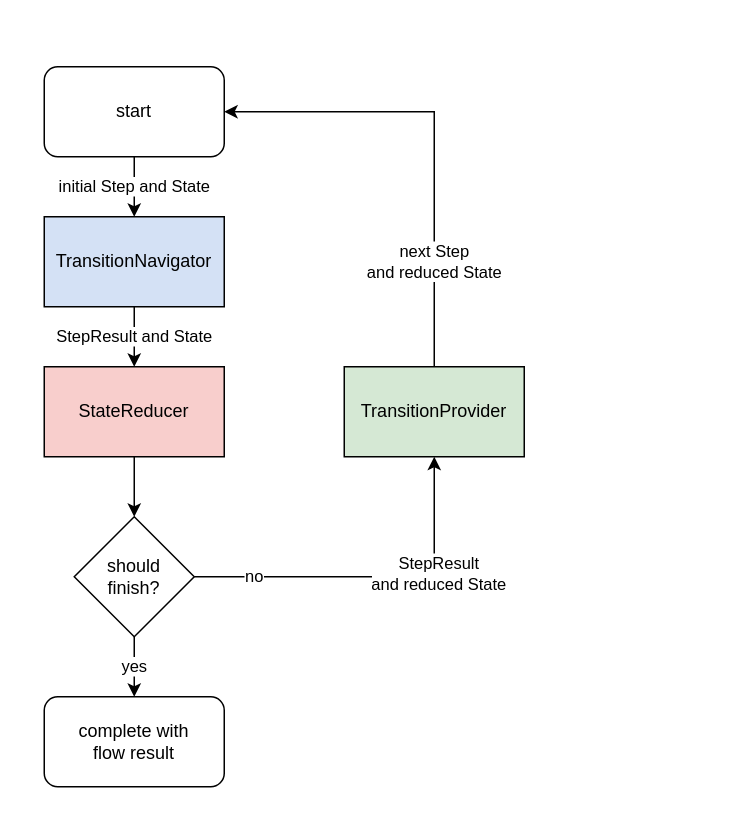
The draw.io diagram assets/flow.drawio in m6vrm/flowkit, before the edit. Source tidied: cells renumbered, new cells numbered last; positions are measured from the earlier drawing's top-left corner, leaving out a move shared by most shapes. Both pictures are drawn from the tidied source at 150%, with x=0, y=0 at pixel (44, 66).
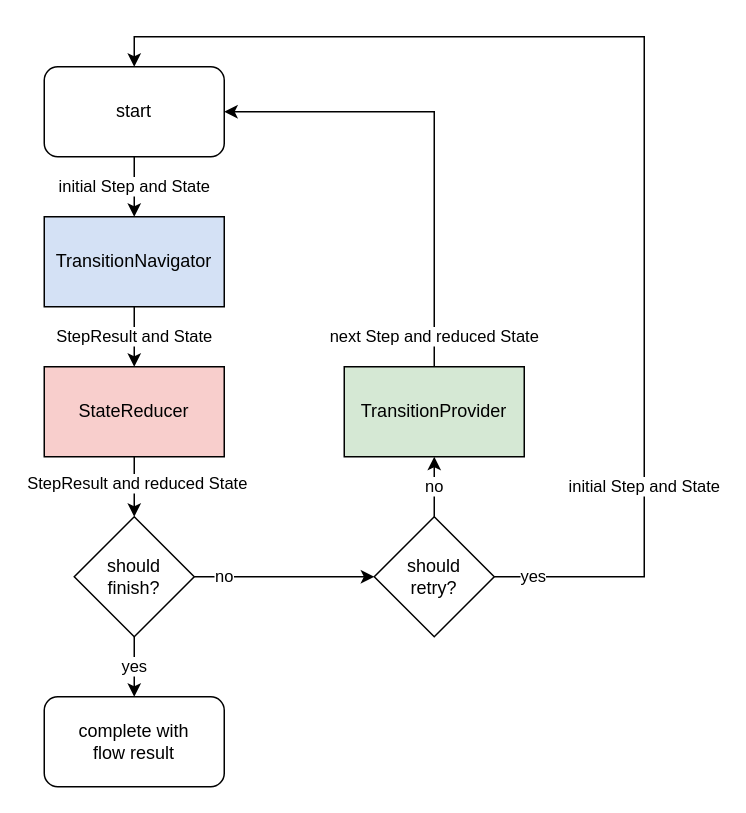
The same page after the edit.

The change refers to these unchanged cells:
```xml
<mxCell id="3" value="start" style="rounded=1;whiteSpace=wrap;html=1;" parent="1" vertex="1">
  <mxGeometry width="120" height="60" as="geometry" />
</mxCell>
<mxCell id="6" style="edgeStyle=orthogonalEdgeStyle;rounded=0;jettySize=auto;html=1;entryX=0.5;entryY=0;entryDx=0;entryDy=0;" parent="1" edge="1" source="7" target="11">
  <mxGeometry relative="1" as="geometry" />
</mxCell>
<mxCell id="11" value="should&lt;br&gt;finish?" style="rhombus;whiteSpace=wrap;html=1;" parent="1" vertex="1">
  <mxGeometry x="20" y="300" width="80" height="80" as="geometry" />
</mxCell>
<mxCell id="14" value="TransitionProvider" style="rounded=0;whiteSpace=wrap;html=1;fillColor=#D5E8D4;" parent="1" vertex="1">
  <mxGeometry x="200" y="200" width="120" height="60" as="geometry" />
</mxCell>
```

Change to the diagram source:
```diff
@@
+    <mxCell id="10" value="StepResult and reduced State" style="edgeLabel;html=1;align=center;verticalAlign=middle;" parent="6" vertex="1">
+      <mxGeometry x="-0.15" y="1" relative="1" as="geometry" />
+    </mxCell>
@@
+    <mxCell id="9" value="no" style="edgeStyle=orthogonalEdgeStyle;rounded=0;jettySize=auto;html=1;entryX=0;entryY=0.5;entryDx=0;entryDy=0;" parent="1" edge="1" source="11" target="18">
+      <mxGeometry x="-0.67" relative="1" as="geometry" />
+    </mxCell>
@@
-    <mxCell id="9" value="no" style="edgeStyle=orthogonalEdgeStyle;rounded=0;jettySize=auto;html=1;entryX=0.5;entryY=1;entryDx=0;entryDy=0;" parent="1" edge="1" source="11" target="14">
-      <mxGeometry x="-0.67" relative="1" as="geometry" />
-    </mxCell>
-    <mxCell id="10" value="StepResult&lt;br&gt;and reduced State" style="edgeLabel;html=1;align=center;verticalAlign=middle;" parent="9" vertex="1">
-      <mxGeometry x="0.36" y="-2" relative="1" as="geometry" />
-    </mxCell>
@@
-    <mxCell id="13" value="next Step&lt;br&gt;and reduced State" style="edgeStyle=orthogonalEdgeStyle;rounded=0;jettySize=auto;html=1;entryX=1;entryY=0.5;entryDx=0;entryDy=0;exitX=0.5;exitY=0;exitDx=0;exitDy=0;" parent="1" edge="1" source="14" target="3">
-      <mxGeometry x="-0.55" relative="1" as="geometry" />
+    <mxCell id="13" value="next Step and reduced State" style="edgeStyle=orthogonalEdgeStyle;rounded=0;jettySize=auto;html=1;entryX=1;entryY=0.5;entryDx=0;entryDy=0;exitX=0.5;exitY=0;exitDx=0;exitDy=0;" parent="1" edge="1" source="14" target="3">
+      <mxGeometry x="-0.87" relative="1" as="geometry" />
     </mxCell>
@@
+    <mxCell id="15" value="no" style="edgeStyle=orthogonalEdgeStyle;rounded=0;jettySize=auto;html=1;exitX=0.5;exitY=0;exitDx=0;exitDy=0;entryX=0.5;entryY=1;entryDx=0;entryDy=0;" parent="1" edge="1" source="18" target="14">
+      <mxGeometry relative="1" as="geometry" />
+    </mxCell>
+    <mxCell id="16" value="initial Step and State" style="edgeStyle=orthogonalEdgeStyle;rounded=0;jettySize=auto;html=1;entryX=0.5;entryY=0;entryDx=0;entryDy=0;" parent="1" edge="1" source="18" target="3">
+      <mxGeometry x="-0.61" relative="1" as="geometry">
+        <Array as="points">
+          <mxPoint x="400" y="340" />
+          <mxPoint x="400" y="-20" />
+          <mxPoint x="60" y="-20" />
+        </Array>
+      </mxGeometry>
+    </mxCell>
+    <mxCell id="17" value="yes" style="edgeLabel;html=1;align=center;verticalAlign=middle;" parent="16" vertex="1">
+      <mxGeometry x="-0.94" y="1" relative="1" as="geometry" />
+    </mxCell>
+    <mxCell id="18" value="should&lt;br&gt;retry?" style="rhombus;whiteSpace=wrap;html=1;" parent="1" vertex="1">
+      <mxGeometry x="220" y="300" width="80" height="80" as="geometry" />
+    </mxCell>
```
